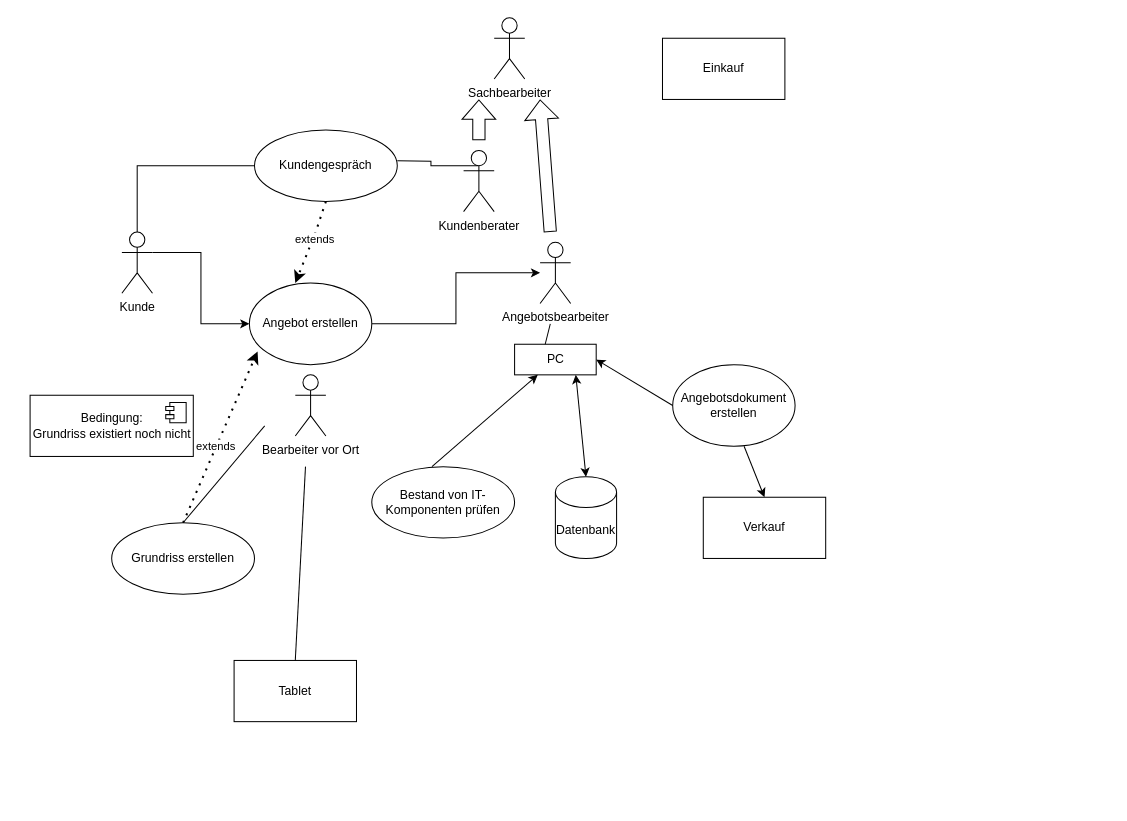
Above: Use-case-diagram.drawio in i21Erik/LF_8 (draw.io), before the change. Source tidied: cells renumbered, new cells numbered last; positions are measured from the earlier drawing's top-left corner, leaving out a move shared by most shapes. Both pictures are drawn from the tidied source at 102%, with x=0, y=0 at pixel (30, 17).
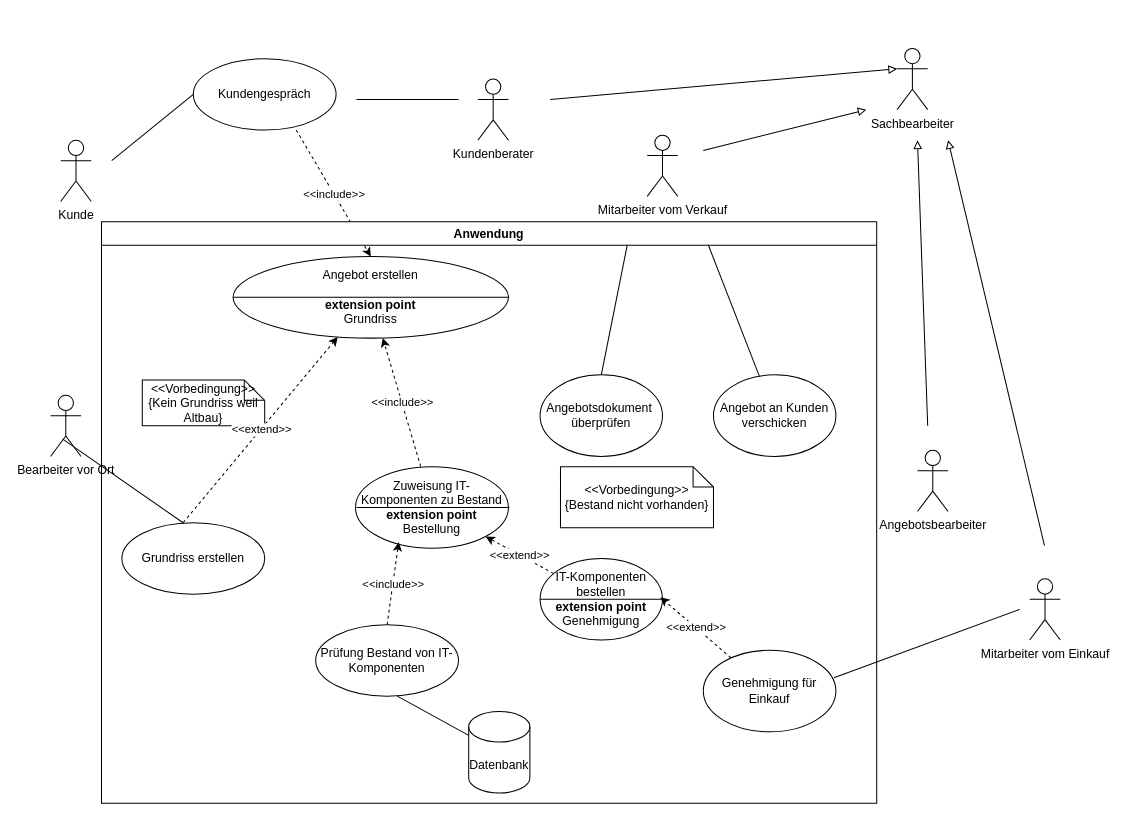
The same diagram, later.

Commit message:
Anwendungsfalldiagramm aktualisiert

The edit, as a diff of the source:
```diff
@@
-    <mxCell id="2" style="edgeStyle=orthogonalEdgeStyle;rounded=0;jettySize=auto;html=1;exitX=0.5;exitY=0;exitDx=0;exitDy=0;exitPerimeter=0;entryX=0;entryY=0.5;entryDx=0;entryDy=0;endArrow=none;endFill=0;" parent="1" edge="1" source="4" target="6">
-      <mxGeometry relative="1" as="geometry" />
-    </mxCell>
-    <mxCell id="3" style="edgeStyle=orthogonalEdgeStyle;rounded=0;jettySize=auto;html=1;exitX=1;exitY=0.3333333333333333;exitDx=0;exitDy=0;exitPerimeter=0;endArrow=classic;endFill=1;" parent="1" edge="1" source="4" target="18">
-      <mxGeometry relative="1" as="geometry" />
-    </mxCell>
     <mxCell id="4" value="Kunde" style="shape=umlActor;verticalLabelPosition=bottom;verticalAlign=top;html=1;" parent="1" vertex="1">
-      <mxGeometry x="90" y="210" width="30" height="60" as="geometry" />
+      <mxGeometry x="30" y="120" width="30" height="60" as="geometry" />
     </mxCell>
-    <mxCell id="5" value="PC" style="html=1;" parent="1" vertex="1">
-      <mxGeometry x="475" y="320" width="80" height="30" as="geometry" />
-    </mxCell>
     <mxCell id="6" value="Kundengespräch" style="ellipse;whiteSpace=wrap;html=1;" parent="1" vertex="1">
-      <mxGeometry x="220" y="110" width="140" height="70" as="geometry" />
+      <mxGeometry x="160" y="40" width="140" height="70" as="geometry" />
     </mxCell>
     <mxCell id="7" value="Sachbearbeiter" style="shape=umlActor;verticalLabelPosition=bottom;verticalAlign=top;html=1;" parent="1" vertex="1">
-      <mxGeometry x="455" width="30" height="60" as="geometry" />
+      <mxGeometry x="850" y="30" width="30" height="60" as="geometry" />
     </mxCell>
     <mxCell id="8" value="Datenbank" style="shape=cylinder3;whiteSpace=wrap;html=1;boundedLbl=1;backgroundOutline=1;size=15;" parent="1" vertex="1">
-      <mxGeometry x="515" y="450" width="60" height="80" as="geometry" />
+      <mxGeometry x="430" y="680" width="60" height="80" as="geometry" />
     </mxCell>
-    <mxCell id="9" value="Einkauf" style="rounded=0;whiteSpace=wrap;html=1;" parent="1" vertex="1">
-      <mxGeometry x="620" y="20" width="120" height="60" as="geometry" />
-    </mxCell>
-    <mxCell id="10" value="Verkauf" style="rounded=0;whiteSpace=wrap;html=1;" parent="1" vertex="1">
-      <mxGeometry x="660" y="470" width="120" height="60" as="geometry" />
-    </mxCell>
     <mxCell id="11" value="Kundenberater" style="shape=umlActor;verticalLabelPosition=bottom;verticalAlign=top;html=1;" parent="1" vertex="1">
-      <mxGeometry x="425" y="130" width="30" height="60" as="geometry" />
+      <mxGeometry x="439" y="60" width="30" height="60" as="geometry" />
     </mxCell>
     <mxCell id="12" value="Angebotsbearbeiter" style="shape=umlActor;verticalLabelPosition=bottom;verticalAlign=top;html=1;" parent="1" vertex="1">
-      <mxGeometry x="500" y="220" width="30" height="60" as="geometry" />
+      <mxGeometry x="870" y="424" width="30" height="60" as="geometry" />
     </mxCell>
-    <mxCell id="13" style="shape=flexArrow;endArrow=classic;html=1;rounded=0;width=12;endSize=6;" parent="1" edge="1">
-      <mxGeometry relative="1" as="geometry">
-        <mxPoint x="440" y="120" as="sourcePoint" />
-        <mxPoint x="440" y="80" as="targetPoint" />
-      </mxGeometry>
-    </mxCell>
-    <mxCell id="14" style="shape=flexArrow;endArrow=classic;html=1;rounded=0;width=12;endSize=6;" parent="1" edge="1">
-      <mxGeometry relative="1" as="geometry">
-        <mxPoint x="510" y="210" as="sourcePoint" />
-        <mxPoint x="500" y="80" as="targetPoint" />
-      </mxGeometry>
-    </mxCell>
-    <mxCell id="15" style="edgeStyle=orthogonalEdgeStyle;rounded=0;jettySize=auto;html=1;exitX=0.5;exitY=0;exitDx=0;exitDy=0;exitPerimeter=0;entryX=0.467;entryY=0.25;entryDx=0;entryDy=0;endArrow=none;endFill=0;entryPerimeter=0;" parent="1" edge="1" target="11">
-      <mxGeometry relative="1" as="geometry">
-        <mxPoint x="360" y="140" as="sourcePoint" />
-      </mxGeometry>
-    </mxCell>
-    <mxCell id="16" value="Angebotsdokument erstellen" style="ellipse;whiteSpace=wrap;html=1;" parent="1" vertex="1">
-      <mxGeometry x="630" y="340" width="120" height="80" as="geometry" />
+    <mxCell id="16" value="Angebotsdokument&amp;nbsp; überprüfen" style="ellipse;whiteSpace=wrap;html=1;" parent="1" vertex="1">
+      <mxGeometry x="500" y="350" width="120" height="80" as="geometry" />
     </mxCell>
-    <mxCell id="17" style="edgeStyle=orthogonalEdgeStyle;rounded=0;jettySize=auto;html=1;endArrow=classic;endFill=1;" parent="1" edge="1" source="18" target="12">
-      <mxGeometry relative="1" as="geometry" />
-    </mxCell>
-    <mxCell id="18" value="Angebot erstellen" style="ellipse;whiteSpace=wrap;html=1;" parent="1" vertex="1">
-      <mxGeometry x="215" y="260" width="120" height="80" as="geometry" />
+    <mxCell id="18" value="Angebot erstellen&lt;br&gt;&lt;br&gt;&lt;b&gt;extension point&lt;/b&gt;&lt;br&gt;Grundriss" style="ellipse;whiteSpace=wrap;html=1;" parent="1" vertex="1">
+      <mxGeometry x="199" y="234" width="270" height="80" as="geometry" />
     </mxCell>
     <mxCell id="19" value="Bearbeiter vor Ort" style="shape=umlActor;verticalLabelPosition=bottom;verticalAlign=top;html=1;" parent="1" vertex="1">
-      <mxGeometry x="260" y="350" width="30" height="60" as="geometry" />
+      <mxGeometry x="20" y="370" width="30" height="60" as="geometry" />
     </mxCell>
     <mxCell id="20" value="Grundriss erstellen" style="ellipse;whiteSpace=wrap;html=1;" parent="1" vertex="1">
-      <mxGeometry x="80" y="495" width="140" height="70" as="geometry" />
+      <mxGeometry x="90" y="495" width="140" height="70" as="geometry" />
     </mxCell>
-    <mxCell id="21" value="Tablet" style="rounded=0;whiteSpace=wrap;html=1;" parent="1" vertex="1">
-      <mxGeometry x="200" y="630" width="120" height="60" as="geometry" />
-    </mxCell>
-    <mxCell id="22" value="Bestand von IT-Komponenten prüfen" style="ellipse;whiteSpace=wrap;html=1;" parent="1" vertex="1">
-      <mxGeometry x="335" y="440" width="140" height="70" as="geometry" />
+    <mxCell id="22" value="Prüfung Bestand von IT-Komponenten" style="ellipse;whiteSpace=wrap;html=1;" parent="1" vertex="1">
+      <mxGeometry x="280" y="595" width="140" height="70" as="geometry" />
     </mxCell>
-    <mxCell id="23" style="endArrow=none;html=1;rounded=0;" parent="1" edge="1">
+    <mxCell id="23" style="endArrow=none;html=1;rounded=0;entryX=0.4;entryY=0.717;entryDx=0;entryDy=0;entryPerimeter=0;" parent="1" edge="1" target="19">
       <mxGeometry relative="1" as="geometry">
         <mxPoint x="150" y="495" as="sourcePoint" />
-        <mxPoint x="230" y="400" as="targetPoint" />
       </mxGeometry>
     </mxCell>
-    <mxCell id="24" style="endArrow=classic;html=1;rounded=0;entryX=0.5;entryY=0;entryDx=0;entryDy=0;" parent="1" edge="1" target="10">
-      <mxGeometry relative="1" as="geometry">
-        <mxPoint x="700" y="420" as="sourcePoint" />
-      </mxGeometry>
-    </mxCell>
-    <mxCell id="25" style="endArrow=classic;dashed=1;html=1;dashPattern=1 3;strokeWidth=2;rounded=0;entryX=0.067;entryY=0.838;entryDx=0;entryDy=0;entryPerimeter=0;endFill=1;" parent="1" edge="1" target="18">
-      <mxGeometry relative="1" as="geometry">
-        <mxPoint x="150" y="495" as="sourcePoint" />
-        <Array as="points">
-          <mxPoint x="200" y="380" />
-        </Array>
-      </mxGeometry>
-    </mxCell>
-    <mxCell id="26" value="extends" style="edgeLabel;html=1;align=center;verticalAlign=middle;" parent="25" vertex="1">
-      <mxGeometry x="-0.11" y="1" relative="1" as="geometry" />
-    </mxCell>
-    <mxCell id="27" value="Bedingung:&lt;br&gt;Grundriss existiert noch nicht" style="html=1;" parent="1" vertex="1">
-      <mxGeometry y="370" width="160" height="60" as="geometry" />
-    </mxCell>
-    <mxCell id="28" style="shape=module;jettyWidth=8;jettyHeight=4;" parent="27" vertex="1">
-      <mxGeometry x="1" width="20" height="20" relative="1" as="geometry">
-        <mxPoint x="-27" y="7" as="offset" />
-      </mxGeometry>
-    </mxCell>
-    <mxCell id="29" style="endArrow=classic;dashed=1;html=1;dashPattern=1 3;strokeWidth=2;rounded=0;entryX=0.375;entryY=0;entryDx=0;entryDy=0;endFill=1;entryPerimeter=0;" parent="1" edge="1" target="18">
-      <mxGeometry relative="1" as="geometry">
-        <mxPoint x="290" y="180" as="sourcePoint" />
-        <Array as="points">
-          <mxPoint x="280" y="210" />
-        </Array>
-      </mxGeometry>
-    </mxCell>
-    <mxCell id="30" value="extends" style="edgeLabel;html=1;align=center;verticalAlign=middle;" parent="29" vertex="1">
-      <mxGeometry x="-0.11" y="1" relative="1" as="geometry" />
-    </mxCell>
-    <mxCell id="31" style="endArrow=classic;html=1;rounded=0;" parent="1" edge="1" target="5">
-      <mxGeometry relative="1" as="geometry">
-        <mxPoint x="394" y="440" as="sourcePoint" />
-      </mxGeometry>
-    </mxCell>
-    <mxCell id="32" style="endArrow=none;html=1;rounded=0;" parent="1" edge="1">
-      <mxGeometry relative="1" as="geometry">
-        <mxPoint x="505" y="320" as="sourcePoint" />
-        <mxPoint x="510" y="300" as="targetPoint" />
-      </mxGeometry>
-    </mxCell>
-    <mxCell id="33" style="endArrow=none;html=1;rounded=0;exitX=0.5;exitY=0;exitDx=0;exitDy=0;" parent="1" edge="1" source="21">
-      <mxGeometry relative="1" as="geometry">
-        <mxPoint x="270" y="440" as="targetPoint" />
-      </mxGeometry>
-    </mxCell>
-    <mxCell id="34" style="endArrow=classic;startArrow=classic;html=1;rounded=0;entryX=0.75;entryY=1;entryDx=0;entryDy=0;exitX=0.5;exitY=0;exitDx=0;exitDy=0;exitPerimeter=0;" parent="1" edge="1" source="8" target="5">
-      <mxGeometry relative="1" as="geometry" />
-    </mxCell>
-    <mxCell id="35" style="endArrow=classic;html=1;rounded=0;entryX=1;entryY=0.5;entryDx=0;entryDy=0;" parent="1" edge="1" target="5">
-      <mxGeometry relative="1" as="geometry">
-        <mxPoint x="630" y="380" as="sourcePoint" />
-      </mxGeometry>
-    </mxCell>
+    <mxCell id="36" value="&amp;lt;&amp;lt;Vorbedingung&amp;gt;&amp;gt;&lt;br&gt;{Kein Grundriss weil Altbau}" style="shape=note;size=20;whiteSpace=wrap;html=1;" parent="1" vertex="1">
+      <mxGeometry x="110" y="355" width="120" height="45" as="geometry" />
+    </mxCell>
+    <mxCell id="37" style="endArrow=classic;html=1;rounded=0;dashed=1;" parent="1" edge="1" target="18">
+      <mxGeometry relative="1" as="geometry">
+        <mxPoint x="150" y="495" as="sourcePoint" />
+      </mxGeometry>
+    </mxCell>
+    <mxCell id="38" value="&amp;lt;&amp;lt;extend&amp;gt;&amp;gt;" style="edgeLabel;html=1;align=center;verticalAlign=middle;" parent="37" vertex="1">
+      <mxGeometry relative="1" as="geometry" />
+    </mxCell>
+    <mxCell id="39" style="line;strokeWidth=1;fillColor=none;align=left;verticalAlign=middle;spacingTop=-1;spacingLeft=3;spacingRight=3;labelPosition=right;strokeColor=inherit;" parent="1" vertex="1">
+      <mxGeometry x="199" y="270" width="270" height="8" as="geometry" />
+    </mxCell>
+    <mxCell id="40" style="endArrow=classic;html=1;rounded=0;dashed=1;entryX=0.5;entryY=0;entryDx=0;entryDy=0;exitX=0.721;exitY=1;exitDx=0;exitDy=0;exitPerimeter=0;" parent="1" edge="1" source="6" target="18">
+      <mxGeometry relative="1" as="geometry" />
+    </mxCell>
+    <mxCell id="41" value="&amp;lt;&amp;lt;include&amp;gt;&amp;gt;" style="edgeLabel;html=1;align=center;verticalAlign=middle;" parent="40" vertex="1">
+      <mxGeometry relative="1" as="geometry" />
+    </mxCell>
+    <mxCell id="42" value="IT-Komponenten bestellen&lt;br&gt;&lt;b&gt;extension point&lt;/b&gt;&lt;br&gt;Genehmigung" style="ellipse;whiteSpace=wrap;html=1;" parent="1" vertex="1">
+      <mxGeometry x="500" y="530" width="120" height="80" as="geometry" />
+    </mxCell>
+    <mxCell id="43" value="Genehmigung für Einkauf" style="ellipse;whiteSpace=wrap;html=1;" parent="1" vertex="1">
+      <mxGeometry x="660" y="620" width="130" height="80" as="geometry" />
+    </mxCell>
+    <mxCell id="44" value="Mitarbeiter vom Einkauf" style="shape=umlActor;verticalLabelPosition=bottom;verticalAlign=top;html=1;" parent="1" vertex="1">
+      <mxGeometry x="980" y="550" width="30" height="60" as="geometry" />
+    </mxCell>
+    <mxCell id="45" value="Zuweisung IT-Komponenten zu Bestand&lt;br&gt;&lt;b&gt;extension point&lt;br&gt;&lt;/b&gt;Bestellung" style="ellipse;whiteSpace=wrap;html=1;" parent="1" vertex="1">
+      <mxGeometry x="319" y="440" width="150" height="80" as="geometry" />
+    </mxCell>
+    <mxCell id="46" style="endArrow=classic;html=1;rounded=0;dashed=1;" parent="1" edge="1" target="18">
+      <mxGeometry relative="1" as="geometry">
+        <mxPoint x="383" y="440" as="sourcePoint" />
+      </mxGeometry>
+    </mxCell>
+    <mxCell id="47" value="&amp;lt;&amp;lt;include&amp;gt;&amp;gt;" style="edgeLabel;html=1;align=center;verticalAlign=middle;" parent="46" vertex="1">
+      <mxGeometry relative="1" as="geometry" />
+    </mxCell>
+    <mxCell id="48" style="endArrow=classic;html=1;rounded=0;dashed=1;" parent="1" edge="1" source="42" target="45">
+      <mxGeometry x="-1" y="-140" relative="1" as="geometry">
+        <mxPoint x="-42" y="164" as="offset" />
+      </mxGeometry>
+    </mxCell>
+    <mxCell id="49" value="&amp;lt;&amp;lt;extend&amp;gt;&amp;gt;" style="edgeLabel;html=1;align=center;verticalAlign=middle;" parent="48" vertex="1">
+      <mxGeometry relative="1" as="geometry" />
+    </mxCell>
+    <mxCell id="50" style="endArrow=classic;html=1;rounded=0;dashed=1;exitX=0.5;exitY=0;exitDx=0;exitDy=0;" parent="1" edge="1" source="22">
+      <mxGeometry relative="1" as="geometry">
+        <mxPoint x="361.4" y="514" as="targetPoint" />
+      </mxGeometry>
+    </mxCell>
+    <mxCell id="51" value="&amp;lt;&amp;lt;include&amp;gt;&amp;gt;" style="edgeLabel;html=1;align=center;verticalAlign=middle;" parent="50" vertex="1">
+      <mxGeometry relative="1" as="geometry" />
+    </mxCell>
+    <mxCell id="52" style="endArrow=none;html=1;rounded=0;entryX=0;entryY=0.5;entryDx=0;entryDy=0;" parent="1" edge="1" target="6">
+      <mxGeometry relative="1" as="geometry">
+        <mxPoint x="80" y="140" as="sourcePoint" />
+      </mxGeometry>
+    </mxCell>
+    <mxCell id="53" style="endArrow=none;html=1;rounded=0;" parent="1" edge="1">
+      <mxGeometry relative="1" as="geometry">
+        <mxPoint x="320" y="80" as="sourcePoint" />
+        <mxPoint x="420" y="80" as="targetPoint" />
+      </mxGeometry>
+    </mxCell>
+    <mxCell id="54" style="endArrow=block;html=1;rounded=0;entryX=0;entryY=0.3333333333333333;entryDx=0;entryDy=0;entryPerimeter=0;endFill=0;" parent="1" edge="1" target="7">
+      <mxGeometry relative="1" as="geometry">
+        <mxPoint x="510" y="80" as="sourcePoint" />
+      </mxGeometry>
+    </mxCell>
+    <mxCell id="55" value="Mitarbeiter vom Verkauf" style="shape=umlActor;verticalLabelPosition=bottom;verticalAlign=top;html=1;" parent="1" vertex="1">
+      <mxGeometry x="605" y="115" width="30" height="60" as="geometry" />
+    </mxCell>
+    <mxCell id="56" value="Angebot an Kunden verschicken" style="ellipse;whiteSpace=wrap;html=1;" parent="1" vertex="1">
+      <mxGeometry x="670" y="350" width="120" height="80" as="geometry" />
+    </mxCell>
+    <mxCell id="57" style="endArrow=block;html=1;rounded=0;endFill=0;" parent="1" edge="1">
+      <mxGeometry relative="1" as="geometry">
+        <mxPoint x="660" y="130" as="sourcePoint" />
+        <mxPoint x="820" y="90" as="targetPoint" />
+      </mxGeometry>
+    </mxCell>
+    <mxCell id="58" style="endArrow=block;html=1;rounded=0;endFill=0;" parent="1" edge="1">
+      <mxGeometry relative="1" as="geometry">
+        <mxPoint x="880" y="400" as="sourcePoint" />
+        <mxPoint x="870" y="120" as="targetPoint" />
+      </mxGeometry>
+    </mxCell>
+    <mxCell id="59" style="line;strokeWidth=1;fillColor=none;align=left;verticalAlign=middle;spacingTop=-1;spacingLeft=3;spacingRight=3;labelPosition=right;strokeColor=inherit;" parent="1" vertex="1">
+      <mxGeometry x="320" y="476" width="150" height="8" as="geometry" />
+    </mxCell>
+    <mxCell id="60" style="endArrow=none;html=1;rounded=0;" parent="1" edge="1" target="8">
+      <mxGeometry relative="1" as="geometry">
+        <mxPoint x="360" y="665" as="sourcePoint" />
+      </mxGeometry>
+    </mxCell>
+    <mxCell id="61" value="&amp;lt;&amp;lt;Vorbedingung&amp;gt;&amp;gt;&lt;br&gt;{Bestand nicht vorhanden}" style="shape=note;size=20;whiteSpace=wrap;html=1;" parent="1" vertex="1">
+      <mxGeometry x="520" y="440" width="150" height="60" as="geometry" />
+    </mxCell>
+    <mxCell id="62" style="line;strokeWidth=1;fillColor=none;align=left;verticalAlign=middle;spacingTop=-1;spacingLeft=3;spacingRight=3;labelPosition=right;points=[];portConstraint=eastwest;strokeColor=inherit;" parent="1" vertex="1">
+      <mxGeometry x="500" y="566" width="120" height="8" as="geometry" />
+    </mxCell>
+    <mxCell id="63" style="endArrow=classic;html=1;rounded=0;dashed=1;entryX=0.983;entryY=0.25;entryDx=0;entryDy=0;entryPerimeter=0;" parent="1" edge="1" source="43" target="62">
+      <mxGeometry x="-1" y="-140" relative="1" as="geometry">
+        <mxPoint x="-42" y="164" as="offset" />
+      </mxGeometry>
+    </mxCell>
+    <mxCell id="64" value="&amp;lt;&amp;lt;extend&amp;gt;&amp;gt;" style="edgeLabel;html=1;align=center;verticalAlign=middle;" parent="63" vertex="1">
+      <mxGeometry relative="1" as="geometry" />
+    </mxCell>
+    <mxCell id="65" style="endArrow=none;html=1;rounded=0;exitX=0.985;exitY=0.338;exitDx=0;exitDy=0;exitPerimeter=0;" parent="1" edge="1" source="43">
+      <mxGeometry relative="1" as="geometry">
+        <mxPoint x="970" y="580" as="targetPoint" />
+      </mxGeometry>
+    </mxCell>
+    <mxCell id="66" style="endArrow=block;html=1;rounded=0;endFill=0;" parent="1" edge="1">
+      <mxGeometry relative="1" as="geometry">
+        <mxPoint x="994.5" y="517.5" as="sourcePoint" />
+        <mxPoint x="900" y="120" as="targetPoint" />
+      </mxGeometry>
+    </mxCell>
+    <mxCell id="67" style="endArrow=none;html=1;rounded=0;exitX=0.5;exitY=0;exitDx=0;exitDy=0;" parent="1" edge="1" source="16">
+      <mxGeometry relative="1" as="geometry">
+        <mxPoint x="590" y="200" as="targetPoint" />
+      </mxGeometry>
+    </mxCell>
+    <mxCell id="68" style="endArrow=none;html=1;rounded=0;" parent="1" edge="1" source="56">
+      <mxGeometry relative="1" as="geometry">
+        <mxPoint x="660" y="210" as="targetPoint" />
+      </mxGeometry>
+    </mxCell>
+    <mxCell id="69" value="Anwendung" style="swimlane;whiteSpace=wrap;html=1;" parent="1" vertex="1">
+      <mxGeometry x="70" y="200" width="760" height="570" as="geometry" />
+    </mxCell>
```
